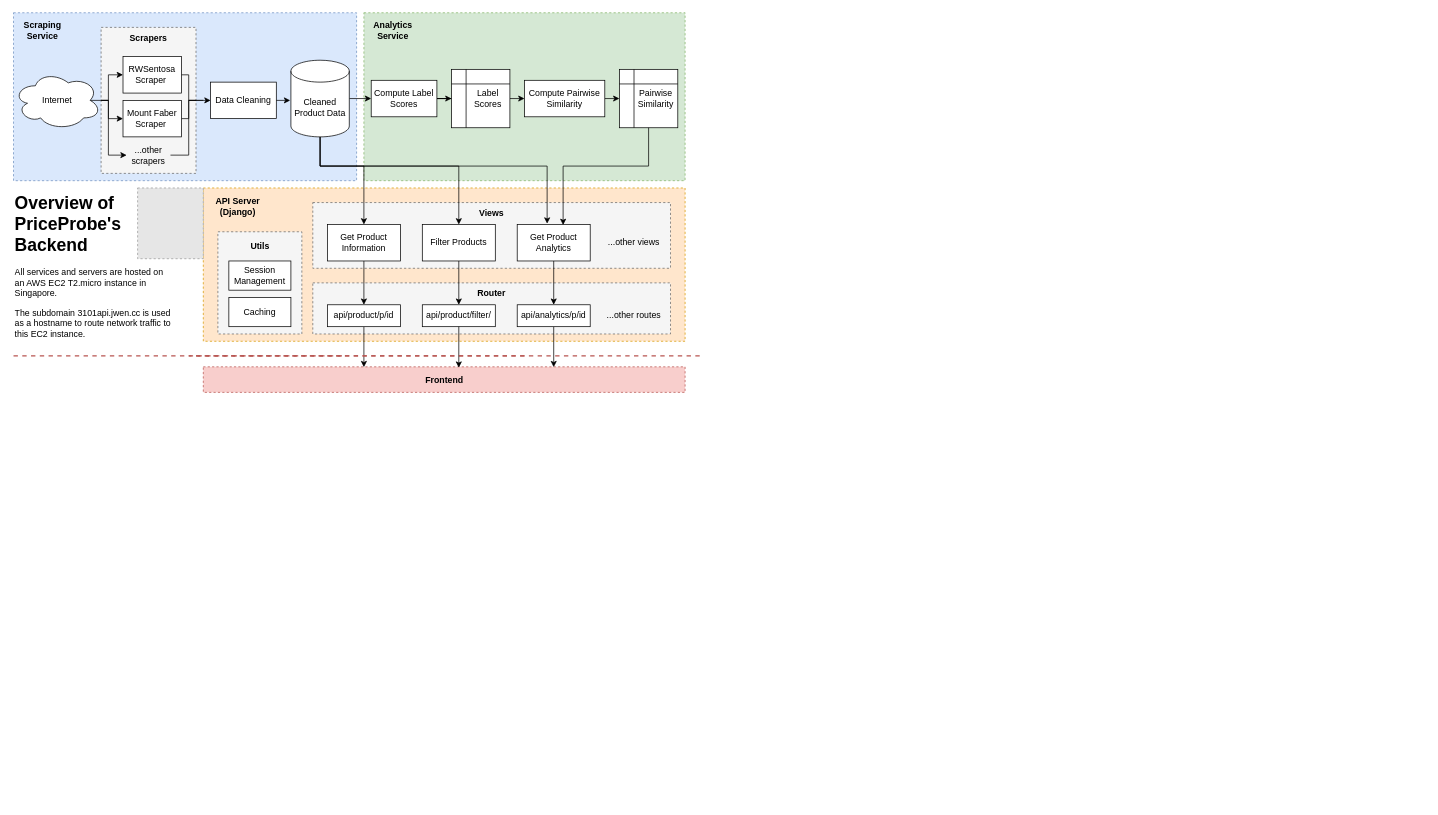
shotnothing/TeamPower8 keeps this draw.io diagram as docs/tech_report/backend.drawio. Above is the earlier version. Source tidied: cells renumbered, new cells numbered last; positions are measured from the earlier drawing's top-left corner, leaving out a move shared by most shapes. Both pictures are drawn from the tidied source at 73%, with x=0, y=0 at pixel (13, 12). Pictures stored in the file or linked from it are replaced by grey dashed boxes.
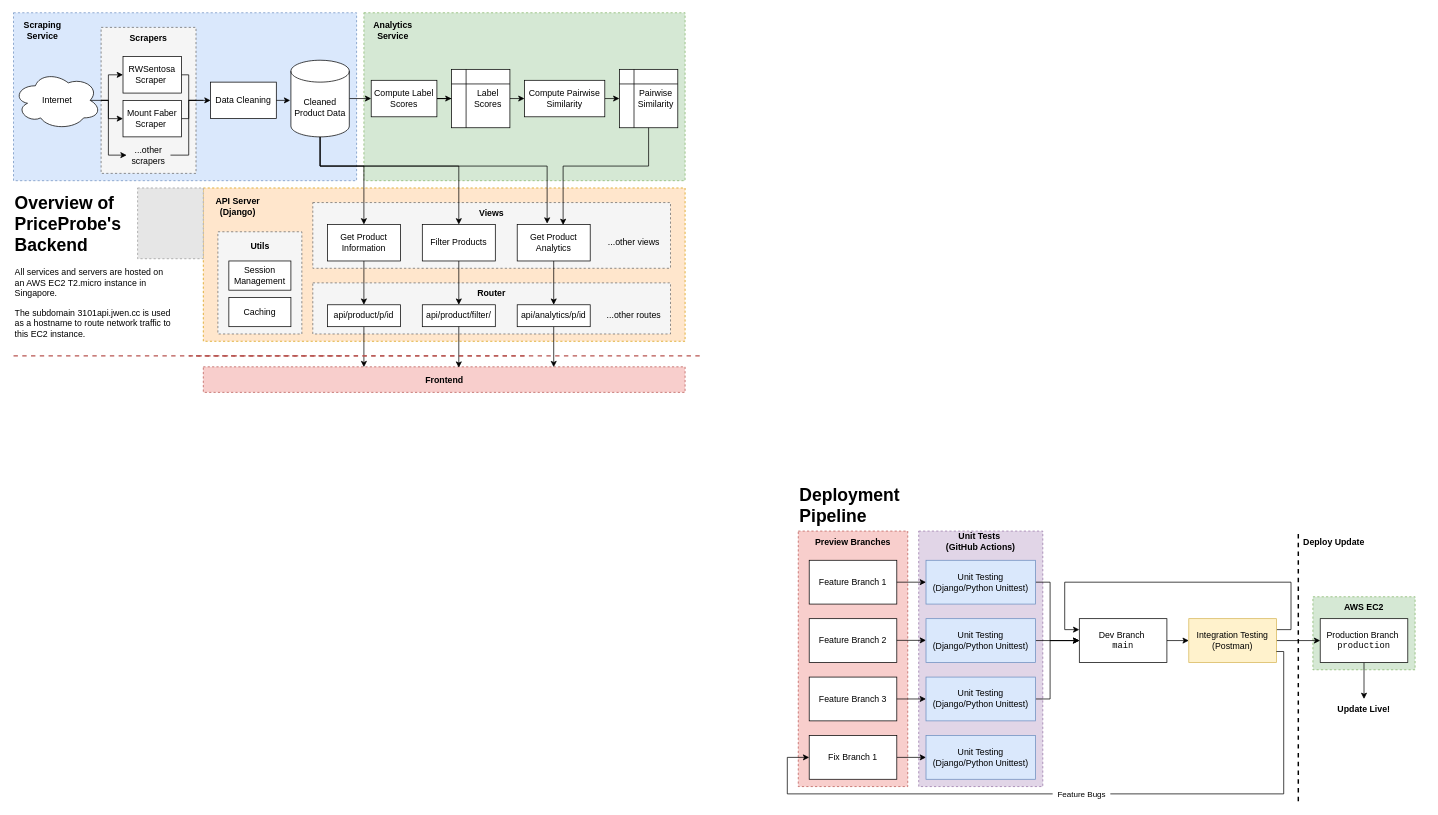
The same diagram, later.

What changed in the source:
```diff
@@
+    <mxCell id="67" style="rounded=0;whiteSpace=wrap;html=1;fillColor=#e1d5e7;strokeColor=#9673a6;dashed=1;" parent="1" vertex="1">
+      <mxGeometry x="1240" y="710" width="170" height="350" as="geometry" />
+    </mxCell>
+    <mxCell id="68" style="rounded=0;whiteSpace=wrap;html=1;fillColor=#f8cecc;strokeColor=#b85450;dashed=1;" parent="1" vertex="1">
+      <mxGeometry x="1075" y="710" width="150" height="350" as="geometry" />
+    </mxCell>
+    <mxCell id="69" style="rounded=0;whiteSpace=wrap;html=1;fillColor=#d5e8d4;strokeColor=#82b366;dashed=1;" parent="1" vertex="1">
+      <mxGeometry x="1780" y="800" width="140" height="100" as="geometry" />
+    </mxCell>
@@
+    <mxCell id="70" value="Feature Branch 1" style="rounded=0;whiteSpace=wrap;html=1;" parent="1" vertex="1">
+      <mxGeometry x="1090" y="750" width="120" height="60" as="geometry" />
+    </mxCell>
+    <mxCell id="71" value="Feature Branch 2" style="rounded=0;whiteSpace=wrap;html=1;" parent="1" vertex="1">
+      <mxGeometry x="1090" y="830" width="120" height="60" as="geometry" />
+    </mxCell>
+    <mxCell id="72" value="Feature Branch 3" style="rounded=0;whiteSpace=wrap;html=1;" parent="1" vertex="1">
+      <mxGeometry x="1090" y="910" width="120" height="60" as="geometry" />
+    </mxCell>
+    <mxCell id="73" style="edgeStyle=orthogonalEdgeStyle;rounded=0;jettySize=auto;html=1;exitX=1;exitY=0.5;exitDx=0;exitDy=0;entryX=0;entryY=0.5;entryDx=0;entryDy=0;" parent="1" edge="1" source="74" target="79">
+      <mxGeometry relative="1" as="geometry">
+        <Array as="points">
+          <mxPoint x="1420" y="780" />
+          <mxPoint x="1420" y="860" />
+        </Array>
+      </mxGeometry>
+    </mxCell>
+    <mxCell id="74" value="Unit Testing (Django/Python Unittest)" style="rounded=0;whiteSpace=wrap;html=1;fillColor=#dae8fc;strokeColor=#6c8ebf;" parent="1" vertex="1">
+      <mxGeometry x="1250" y="750" width="150" height="60" as="geometry" />
+    </mxCell>
+    <mxCell id="75" style="endArrow=classic;html=1;rounded=0;exitX=1;exitY=0.5;exitDx=0;exitDy=0;entryX=0;entryY=0.5;entryDx=0;entryDy=0;" parent="1" edge="1" source="70" target="74">
+      <mxGeometry relative="1" as="geometry" />
+    </mxCell>
+    <mxCell id="76" style="endArrow=classic;html=1;rounded=0;exitX=1;exitY=0.5;exitDx=0;exitDy=0;entryX=0;entryY=0.5;entryDx=0;entryDy=0;" parent="1" edge="1">
+      <mxGeometry relative="1" as="geometry">
+        <mxPoint x="1210" y="859.7" as="sourcePoint" />
+        <mxPoint x="1250" y="859.7" as="targetPoint" />
+      </mxGeometry>
+    </mxCell>
+    <mxCell id="77" style="endArrow=classic;html=1;rounded=0;exitX=1;exitY=0.5;exitDx=0;exitDy=0;entryX=0;entryY=0.5;entryDx=0;entryDy=0;" parent="1" edge="1">
+      <mxGeometry relative="1" as="geometry">
+        <mxPoint x="1210" y="940" as="sourcePoint" />
+        <mxPoint x="1250" y="940" as="targetPoint" />
+      </mxGeometry>
+    </mxCell>
+    <mxCell id="78" style="edgeStyle=orthogonalEdgeStyle;rounded=0;jettySize=auto;html=1;exitX=1;exitY=0.5;exitDx=0;exitDy=0;entryX=0;entryY=0.5;entryDx=0;entryDy=0;" parent="1" edge="1" source="79" target="88">
+      <mxGeometry relative="1" as="geometry" />
+    </mxCell>
+    <mxCell id="79" value="Dev Branch&amp;nbsp;&lt;div&gt;&lt;font face=&quot;Courier New&quot;&gt;main&lt;/font&gt;&lt;/div&gt;" style="rounded=0;whiteSpace=wrap;html=1;" parent="1" vertex="1">
+      <mxGeometry x="1460" y="830" width="120" height="60" as="geometry" />
+    </mxCell>
+    <mxCell id="80" style="edgeStyle=orthogonalEdgeStyle;rounded=0;jettySize=auto;html=1;exitX=1;exitY=0.5;exitDx=0;exitDy=0;entryX=0;entryY=0.5;entryDx=0;entryDy=0;" parent="1" edge="1" source="81" target="79">
+      <mxGeometry relative="1" as="geometry" />
+    </mxCell>
+    <mxCell id="81" value="Unit Testing (Django/Python Unittest)" style="rounded=0;whiteSpace=wrap;html=1;fillColor=#dae8fc;strokeColor=#6c8ebf;" parent="1" vertex="1">
+      <mxGeometry x="1250" y="830" width="150" height="60" as="geometry" />
+    </mxCell>
+    <mxCell id="82" style="edgeStyle=orthogonalEdgeStyle;rounded=0;jettySize=auto;html=1;exitX=1;exitY=0.5;exitDx=0;exitDy=0;entryX=0;entryY=0.5;entryDx=0;entryDy=0;" parent="1" edge="1" source="83" target="79">
+      <mxGeometry relative="1" as="geometry">
+        <Array as="points">
+          <mxPoint x="1420" y="940" />
+          <mxPoint x="1420" y="860" />
+        </Array>
+      </mxGeometry>
+    </mxCell>
+    <mxCell id="83" value="Unit Testing (Django/Python Unittest)" style="rounded=0;whiteSpace=wrap;html=1;fillColor=#dae8fc;strokeColor=#6c8ebf;" parent="1" vertex="1">
+      <mxGeometry x="1250" y="910" width="150" height="60" as="geometry" />
+    </mxCell>
+    <mxCell id="84" style="endArrow=none;dashed=1;html=1;rounded=0;strokeWidth=2;" parent="1" edge="1">
+      <mxGeometry relative="1" as="geometry">
+        <mxPoint x="1760" y="1080" as="sourcePoint" />
+        <mxPoint x="1760" y="710" as="targetPoint" />
+      </mxGeometry>
+    </mxCell>
+    <mxCell id="85" value="Deploy Update" style="text;html=1;align=left;verticalAlign=middle;whiteSpace=wrap;rounded=0;fontStyle=1;" parent="1" vertex="1">
+      <mxGeometry x="1765" y="710" width="170" height="30" as="geometry" />
+    </mxCell>
+    <mxCell id="86" style="edgeStyle=orthogonalEdgeStyle;rounded=0;jettySize=auto;html=1;exitX=1;exitY=0.25;exitDx=0;exitDy=0;entryX=0;entryY=0.25;entryDx=0;entryDy=0;" parent="1" edge="1" source="88" target="79">
+      <mxGeometry relative="1" as="geometry">
+        <Array as="points">
+          <mxPoint x="1750" y="845" />
+          <mxPoint x="1750" y="780" />
+          <mxPoint x="1440" y="780" />
+          <mxPoint x="1440" y="845" />
+        </Array>
+      </mxGeometry>
+    </mxCell>
+    <mxCell id="87" style="edgeStyle=orthogonalEdgeStyle;rounded=0;jettySize=auto;html=1;exitX=1;exitY=0.5;exitDx=0;exitDy=0;entryX=0;entryY=0.5;entryDx=0;entryDy=0;" parent="1" edge="1" source="88" target="96">
+      <mxGeometry relative="1" as="geometry" />
+    </mxCell>
+    <mxCell id="88" value="Integration Testing (Postman)" style="rounded=0;whiteSpace=wrap;html=1;fillColor=#fff2cc;strokeColor=#d6b656;" parent="1" vertex="1">
+      <mxGeometry x="1610" y="830" width="120" height="60" as="geometry" />
+    </mxCell>
+    <mxCell id="89" value="&lt;b&gt;AWS EC2&lt;/b&gt;" style="text;html=1;align=center;verticalAlign=middle;whiteSpace=wrap;rounded=0;" parent="1" vertex="1">
+      <mxGeometry x="1790" y="800" width="120" height="30" as="geometry" />
+    </mxCell>
+    <mxCell id="90" style="edgeStyle=orthogonalEdgeStyle;rounded=0;jettySize=auto;html=1;exitX=1;exitY=0.5;exitDx=0;exitDy=0;entryX=0;entryY=0.5;entryDx=0;entryDy=0;" parent="1" edge="1" source="91" target="92">
+      <mxGeometry relative="1" as="geometry" />
+    </mxCell>
+    <mxCell id="91" value="Fix Branch 1" style="rounded=0;whiteSpace=wrap;html=1;" parent="1" vertex="1">
+      <mxGeometry x="1090" y="990" width="120" height="60" as="geometry" />
+    </mxCell>
+    <mxCell id="92" value="Unit Testing (Django/Python Unittest)" style="rounded=0;whiteSpace=wrap;html=1;fillColor=#dae8fc;strokeColor=#6c8ebf;" parent="1" vertex="1">
+      <mxGeometry x="1250" y="990" width="150" height="60" as="geometry" />
+    </mxCell>
+    <mxCell id="93" style="endArrow=classic;html=1;rounded=0;exitX=1;exitY=0.75;exitDx=0;exitDy=0;entryX=0;entryY=0.5;entryDx=0;entryDy=0;edgeStyle=orthogonalEdgeStyle;" parent="1" edge="1" source="88" target="91">
+      <mxGeometry relative="1" as="geometry">
+        <Array as="points">
+          <mxPoint x="1740" y="875" />
+          <mxPoint x="1740" y="1070" />
+          <mxPoint x="1060" y="1070" />
+          <mxPoint x="1060" y="1020" />
+        </Array>
+      </mxGeometry>
+    </mxCell>
+    <mxCell id="94" value="&amp;nbsp; Feature Bugs&amp;nbsp;&amp;nbsp;" style="edgeLabel;html=1;align=center;verticalAlign=middle;" parent="93" vertex="1">
+      <mxGeometry relative="1" as="geometry" />
+    </mxCell>
+    <mxCell id="95" style="edgeStyle=orthogonalEdgeStyle;rounded=0;jettySize=auto;html=1;exitX=0.5;exitY=1;exitDx=0;exitDy=0;" parent="1" edge="1" source="96" target="97">
+      <mxGeometry relative="1" as="geometry" />
+    </mxCell>
+    <mxCell id="96" value="Production Branch&amp;nbsp;&lt;div&gt;&lt;font face=&quot;Courier New&quot;&gt;production&lt;/font&gt;&lt;/div&gt;" style="rounded=0;whiteSpace=wrap;html=1;" parent="1" vertex="1">
+      <mxGeometry x="1790" y="830" width="120" height="60" as="geometry" />
+    </mxCell>
+    <mxCell id="97" value="&lt;b&gt;Update Live!&lt;/b&gt;" style="text;html=1;align=center;verticalAlign=middle;whiteSpace=wrap;rounded=0;" parent="1" vertex="1">
+      <mxGeometry x="1800" y="940" width="100" height="30" as="geometry" />
+    </mxCell>
+    <mxCell id="98" value="Preview Branches" style="text;html=1;align=center;verticalAlign=middle;whiteSpace=wrap;rounded=0;fontStyle=1;" parent="1" vertex="1">
+      <mxGeometry x="1090" y="710" width="120" height="30" as="geometry" />
+    </mxCell>
+    <mxCell id="99" value="Unit Tests&amp;nbsp;&lt;div&gt;(GitHub Actions)&lt;/div&gt;" style="text;html=1;align=center;verticalAlign=middle;whiteSpace=wrap;rounded=0;fontStyle=1;" parent="1" vertex="1">
+      <mxGeometry x="1265" y="710" width="120" height="30" as="geometry" />
+    </mxCell>
+    <mxCell id="100" value="&lt;h1 style=&quot;margin-top: 0px;&quot;&gt;Deployment Pipeline&lt;/h1&gt;" style="text;html=1;whiteSpace=wrap;overflow=hidden;rounded=0;" parent="1" vertex="1">
+      <mxGeometry x="1075" y="640" width="150" height="70" as="geometry" />
+    </mxCell>
```
